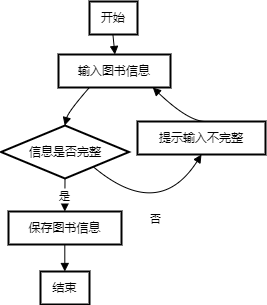
Above: 软工_流程图-编目管理.drawio.png in sjgcsf/software_engineering (draw.io), before the change. Source tidied: cells renumbered, new cells last; positions are measured from the earlier drawing's top-left corner, leaving out a move shared by most shapes. The source it was exported from:
```xml
<mxGraphModel>
  <root>
    <mxCell id="0" />
    <mxCell id="1" parent="0" />
    <mxCell id="2" value="开始" style="whiteSpace=wrap;strokeWidth=2;" parent="1" vertex="1">
      <mxGeometry x="89" width="48" height="33" as="geometry" />
    </mxCell>
    <mxCell id="3" value="输入图书信息" style="whiteSpace=wrap;strokeWidth=2;" parent="1" vertex="1">
      <mxGeometry x="58" y="53" width="112" height="33" as="geometry" />
    </mxCell>
    <mxCell id="4" value="信息是否完整" style="rhombus;strokeWidth=2;whiteSpace=wrap;" parent="1" vertex="1">
      <mxGeometry x="0.5" y="124" width="128" height="53" as="geometry" />
    </mxCell>
    <mxCell id="5" value="保存图书信息" style="whiteSpace=wrap;strokeWidth=2;" parent="1" vertex="1">
      <mxGeometry x="8" y="210" width="113" height="33" as="geometry" />
    </mxCell>
    <mxCell id="6" value="结束" style="whiteSpace=wrap;strokeWidth=2;" parent="1" vertex="1">
      <mxGeometry x="40" y="270" width="49" height="33" as="geometry" />
    </mxCell>
    <mxCell id="7" value="提示输入不完整" style="whiteSpace=wrap;strokeWidth=2;" parent="1" vertex="1">
      <mxGeometry x="137" y="120" width="128" height="33" as="geometry" />
    </mxCell>
    <mxCell id="8" style="curved=1;startArrow=none;endArrow=block;exitX=0.48749999205271405;exitY=1.0121212583599668;entryX=0.5035714251654488;entryY=0.012121258359966856;rounded=0;" parent="1" edge="1" source="2" target="3">
      <mxGeometry relative="1" as="geometry" />
    </mxCell>
    <mxCell id="9" style="curved=1;startArrow=none;endArrow=block;exitX=0.26507150325590406;exitY=1.0242425167199336;entryX=0.497945200907041;entryY=-0.0013698421112478597;rounded=0;" parent="1" edge="1" source="3" target="4">
      <mxGeometry relative="1" as="geometry">
        <Array as="points">
          <mxPoint x="68" y="110" />
        </Array>
      </mxGeometry>
    </mxCell>
    <mxCell id="10" value="是" style="curved=1;startArrow=none;endArrow=block;entryX=0.49823008174389866;entryY=0.0060606869784268465;rounded=0;exitX=0.5;exitY=1;exitDx=0;exitDy=0;" parent="1" edge="1" source="4" target="5">
      <mxGeometry relative="1" as="geometry" />
    </mxCell>
    <mxCell id="11" style="curved=1;startArrow=none;endArrow=block;exitX=0.49823008174389866;exitY=1.0181819453383938;entryX=0.49591835177674587;entryY=-0.0121210849646366;rounded=0;" parent="1" edge="1" source="5" target="6">
      <mxGeometry relative="1" as="geometry" />
    </mxCell>
    <mxCell id="12" value="否" style="curved=1;startArrow=none;endArrow=block;exitX=0.894866845183549;exitY=0.9986301578887521;entryX=0.5;entryY=1;rounded=0;entryDx=0;entryDy=0;" parent="1" edge="1" source="4" target="7">
      <mxGeometry relative="1" as="geometry">
        <Array as="points">
          <mxPoint x="158" y="220" />
        </Array>
      </mxGeometry>
    </mxCell>
    <mxCell id="13" style="curved=1;startArrow=none;endArrow=block;exitX=0.5319790655778538;exitY=0.0060606869784268465;entryX=0.8579243824493348;entryY=1.0242425167199336;rounded=0;" parent="1" edge="1" source="7" target="3">
      <mxGeometry relative="1" as="geometry">
        <Array as="points">
          <mxPoint x="188" y="120" />
        </Array>
      </mxGeometry>
    </mxCell>
  </root>
</mxGraphModel>
```
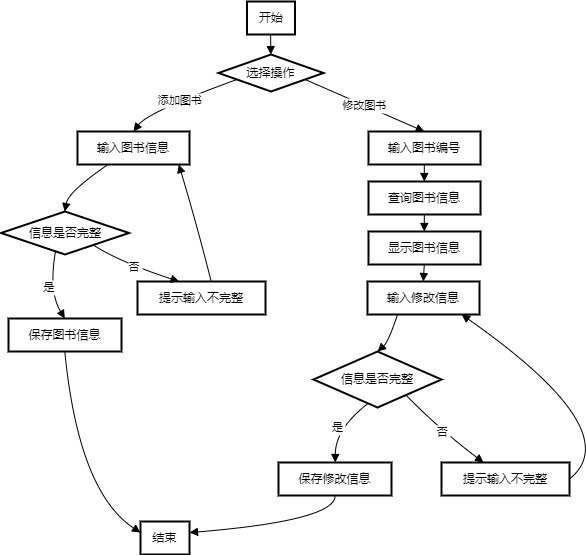
After the commit.

Commit message:
已添加 软工_-编目管理.drawio.png

Change to the diagram source:
```diff
@@ -3,52 +3,139 @@
     <mxCell id="0" />
     <mxCell id="1" parent="0" />
     <mxCell id="2" value="开始" style="whiteSpace=wrap;strokeWidth=2;" parent="1" vertex="1">
-      <mxGeometry x="89" width="48" height="33" as="geometry" />
+      <mxGeometry x="246.5" y="350" width="48" height="33" as="geometry" />
     </mxCell>
+    <mxCell id="14" value="选择操作" style="rhombus;strokeWidth=2;whiteSpace=wrap;" parent="1" vertex="1">
+      <mxGeometry x="218" y="403" width="105" height="37" as="geometry" />
+    </mxCell>
     <mxCell id="3" value="输入图书信息" style="whiteSpace=wrap;strokeWidth=2;" parent="1" vertex="1">
-      <mxGeometry x="58" y="53" width="112" height="33" as="geometry" />
+      <mxGeometry x="77" y="480" width="112" height="33" as="geometry" />
     </mxCell>
-    <mxCell id="4" value="信息是否完整" style="rhombus;strokeWidth=2;whiteSpace=wrap;" parent="1" vertex="1">
-      <mxGeometry x="0.5" y="124" width="128" height="53" as="geometry" />
-    </mxCell>
+    <mxCell id="15" value="信息是否完整" style="rhombus;strokeWidth=2;whiteSpace=wrap;" parent="1" vertex="1">
+      <mxGeometry x="0.5" y="560" width="128" height="43" as="geometry" />
+    </mxCell>
     <mxCell id="5" value="保存图书信息" style="whiteSpace=wrap;strokeWidth=2;" parent="1" vertex="1">
-      <mxGeometry x="8" y="210" width="113" height="33" as="geometry" />
+      <mxGeometry x="8" y="667" width="113" height="33" as="geometry" />
     </mxCell>
     <mxCell id="6" value="结束" style="whiteSpace=wrap;strokeWidth=2;" parent="1" vertex="1">
-      <mxGeometry x="40" y="270" width="49" height="33" as="geometry" />
+      <mxGeometry x="140" y="870" width="49" height="33" as="geometry" />
     </mxCell>
-    <mxCell id="7" value="提示输入不完整" style="whiteSpace=wrap;strokeWidth=2;" parent="1" vertex="1">
-      <mxGeometry x="137" y="120" width="128" height="33" as="geometry" />
-    </mxCell>
-    <mxCell id="8" style="curved=1;startArrow=none;endArrow=block;exitX=0.48749999205271405;exitY=1.0121212583599668;entryX=0.5035714251654488;entryY=0.012121258359966856;rounded=0;" parent="1" edge="1" source="2" target="3">
-      <mxGeometry relative="1" as="geometry" />
-    </mxCell>
-    <mxCell id="9" style="curved=1;startArrow=none;endArrow=block;exitX=0.26507150325590406;exitY=1.0242425167199336;entryX=0.497945200907041;entryY=-0.0013698421112478597;rounded=0;" parent="1" edge="1" source="3" target="4">
-      <mxGeometry relative="1" as="geometry">
-        <Array as="points">
-          <mxPoint x="68" y="110" />
-        </Array>
-      </mxGeometry>
-    </mxCell>
-    <mxCell id="10" value="是" style="curved=1;startArrow=none;endArrow=block;entryX=0.49823008174389866;entryY=0.0060606869784268465;rounded=0;exitX=0.5;exitY=1;exitDx=0;exitDy=0;" parent="1" edge="1" source="4" target="5">
-      <mxGeometry relative="1" as="geometry" />
-    </mxCell>
+    <mxCell id="16" value="提示输入不完整" style="whiteSpace=wrap;strokeWidth=2;" parent="1" vertex="1">
+      <mxGeometry x="137" y="630" width="128" height="33" as="geometry" />
+    </mxCell>
+    <mxCell id="17" value="输入图书编号" style="whiteSpace=wrap;strokeWidth=2;" parent="1" vertex="1">
+      <mxGeometry x="368" y="480" width="112" height="33" as="geometry" />
+    </mxCell>
+    <mxCell id="18" value="查询图书信息" style="whiteSpace=wrap;strokeWidth=2;" parent="1" vertex="1">
+      <mxGeometry x="368" y="530" width="112" height="33" as="geometry" />
+    </mxCell>
+    <mxCell id="19" value="显示图书信息" style="whiteSpace=wrap;strokeWidth=2;" parent="1" vertex="1">
+      <mxGeometry x="368" y="580" width="112" height="33" as="geometry" />
+    </mxCell>
+    <mxCell id="20" value="输入修改信息" style="whiteSpace=wrap;strokeWidth=2;" parent="1" vertex="1">
+      <mxGeometry x="367" y="630" width="112" height="33" as="geometry" />
+    </mxCell>
+    <mxCell id="21" value="信息是否完整" style="rhombus;strokeWidth=2;whiteSpace=wrap;" parent="1" vertex="1">
+      <mxGeometry x="313" y="700" width="128" height="56" as="geometry" />
+    </mxCell>
+    <mxCell id="22" value="保存修改信息" style="whiteSpace=wrap;strokeWidth=2;" parent="1" vertex="1">
+      <mxGeometry x="278" y="811" width="113" height="33" as="geometry" />
+    </mxCell>
+    <mxCell id="23" value="提示输入不完整" style="whiteSpace=wrap;strokeWidth=2;" parent="1" vertex="1">
+      <mxGeometry x="441" y="811" width="128" height="33" as="geometry" />
+    </mxCell>
+    <mxCell id="24" style="curved=1;startArrow=none;endArrow=block;exitX=0.49166667461395264;exitY=1.0121212583599668;rounded=0;" parent="1" edge="1" source="2" target="14">
+      <mxGeometry relative="1" as="geometry" />
+    </mxCell>
+    <mxCell id="25" value="添加图书" style="curved=1;startArrow=none;endArrow=block;exitX=-1.6879191440818584e-8;exitY=0.7716419492320511;rounded=0;entryX=0.5;entryY=0;entryDx=0;entryDy=0;" parent="1" edge="1" source="14" target="3">
+      <mxGeometry relative="1" as="geometry">
+        <Array as="points">
+          <mxPoint x="148" y="460" />
+        </Array>
+      </mxGeometry>
+    </mxCell>
+    <mxCell id="26" style="curved=1;startArrow=none;endArrow=block;exitX=0.26507150325590406;exitY=1.0181821765321675;entryX=0.497945200907041;entryY=-0.0027396450304005243;rounded=0;" parent="1" edge="1" source="3" target="15">
+      <mxGeometry relative="1" as="geometry">
+        <Array as="points">
+          <mxPoint x="68" y="540" />
+        </Array>
+      </mxGeometry>
+    </mxCell>
+    <mxCell id="27" value="是" style="curved=1;startArrow=none;endArrow=block;entryX=0.49823008174389866;entryY=3.4679066051136365e-7;rounded=0;" parent="1" edge="1" target="5">
+      <mxGeometry relative="1" as="geometry">
+        <mxPoint x="55" y="600" as="sourcePoint" />
+        <Array as="points">
+          <mxPoint x="48" y="640" />
+        </Array>
+      </mxGeometry>
+    </mxCell>
-    <mxCell id="11" style="curved=1;startArrow=none;endArrow=block;exitX=0.49823008174389866;exitY=1.0181819453383938;entryX=0.49591835177674587;entryY=-0.0121210849646366;rounded=0;" parent="1" edge="1" source="5" target="6">
-      <mxGeometry relative="1" as="geometry" />
+    <mxCell id="11" style="curved=1;startArrow=none;endArrow=block;exitX=0.49823008174389866;exitY=1.0121216051506274;entryX=0.004081609297771843;entryY=0.337768805971991;rounded=0;" parent="1" edge="1" source="5" target="6">
+      <mxGeometry relative="1" as="geometry">
+        <Array as="points">
+          <mxPoint x="78" y="840" />
+        </Array>
+      </mxGeometry>
     </mxCell>
-    <mxCell id="12" value="否" style="curved=1;startArrow=none;endArrow=block;exitX=0.894866845183549;exitY=0.9986301578887521;entryX=0.5;entryY=1;rounded=0;entryDx=0;entryDy=0;" parent="1" edge="1" source="4" target="7">
-      <mxGeometry relative="1" as="geometry">
-        <Array as="points">
-          <mxPoint x="158" y="220" />
-        </Array>
-      </mxGeometry>
-    </mxCell>
-    <mxCell id="13" style="curved=1;startArrow=none;endArrow=block;exitX=0.5319790655778538;exitY=0.0060606869784268465;entryX=0.8579243824493348;entryY=1.0242425167199336;rounded=0;" parent="1" edge="1" source="7" target="3">
-      <mxGeometry relative="1" as="geometry">
-        <Array as="points">
-          <mxPoint x="188" y="120" />
-        </Array>
-      </mxGeometry>
-    </mxCell>
+    <mxCell id="28" value="否" style="curved=1;startArrow=none;endArrow=block;exitX=0.894866845183549;exitY=0.9972603549695995;entryX=0.32512585290644846;entryY=3.4679066051136365e-7;rounded=0;" parent="1" edge="1" source="15" target="16">
+      <mxGeometry relative="1" as="geometry">
+        <Array as="points">
+          <mxPoint x="118" y="610" />
+        </Array>
+      </mxGeometry>
+    </mxCell>
+    <mxCell id="29" style="curved=1;startArrow=none;endArrow=block;exitX=0.5758104162971727;exitY=3.4679066051136365e-7;entryX=0.919069041192065;entryY=1.0181821765321675;rounded=0;" parent="1" edge="1" source="16" target="3">
+      <mxGeometry relative="1" as="geometry">
+        <Array as="points">
+          <mxPoint x="196" y="572" />
+        </Array>
+      </mxGeometry>
+    </mxCell>
+    <mxCell id="30" value="修改图书" style="curved=1;startArrow=none;endArrow=block;exitX=1.0017699351352929;exitY=0.7716419492320511;entryX=0.4982142959322248;entryY=1.7339533025568182e-7;rounded=0;" parent="1" edge="1" source="14" target="17">
+      <mxGeometry relative="1" as="geometry" />
+    </mxCell>
+    <mxCell id="31" style="curved=1;startArrow=none;endArrow=block;exitX=0.4982142959322248;exitY=1.0121214317552971;entryX=0.4982142959322248;entryY=0.012121431755297112;rounded=0;" parent="1" edge="1" source="17" target="18">
+      <mxGeometry relative="1" as="geometry" />
+    </mxCell>
+    <mxCell id="32" style="curved=1;startArrow=none;endArrow=block;exitX=0.4982142959322248;exitY=1.024242690115264;entryX=0.4982142959322248;entryY=-0.0060603401877663355;rounded=0;" parent="1" edge="1" source="18" target="19">
+      <mxGeometry relative="1" as="geometry" />
+    </mxCell>
+    <mxCell id="33" style="curved=1;startArrow=none;endArrow=block;exitX=0.4982142959322248;exitY=1.0060609181722004;entryX=0.4982142959322248;entryY=0.0060609181722005205;rounded=0;" parent="1" edge="1" source="19" target="20">
+      <mxGeometry relative="1" as="geometry" />
+    </mxCell>
+    <mxCell id="34" style="curved=1;startArrow=none;endArrow=block;exitX=0.2597143740226799;exitY=1.0181821765321675;entryX=0.5006849373856636;entryY=-0.0027396450304005243;rounded=0;" parent="1" edge="1" source="20" target="21">
+      <mxGeometry relative="1" as="geometry">
+        <Array as="points">
+          <mxPoint x="388" y="690" />
+        </Array>
+      </mxGeometry>
+    </mxCell>
+    <mxCell id="35" value="是" style="curved=1;startArrow=none;endArrow=block;exitX=0.4148640412657686;exitY=0.9972603549695995;entryX=0.5017699182561014;entryY=3.4679066051136365e-7;rounded=0;" parent="1" edge="1" source="21" target="22">
+      <mxGeometry relative="1" as="geometry">
+        <Array as="points">
+          <mxPoint x="335" y="777" />
+        </Array>
+      </mxGeometry>
+    </mxCell>
+    <mxCell id="36" style="curved=1;startArrow=none;endArrow=block;exitX=0.5017699182561014;exitY=1.0121216051506274;entryX=0.9959183907022282;entryY=0.337768805971991;rounded=0;" parent="1" edge="1" source="22" target="6">
+      <mxGeometry relative="1" as="geometry">
+        <Array as="points">
+          <mxPoint x="335" y="869" />
+        </Array>
+      </mxGeometry>
+    </mxCell>
+    <mxCell id="37" value="否" style="curved=1;startArrow=none;endArrow=block;exitX=0.8976065816621716;exitY=0.9972603549695995;entryX=0.3282508648273774;entryY=3.4679066051136365e-7;rounded=0;" parent="1" edge="1" source="21" target="23">
+      <mxGeometry relative="1" as="geometry">
+        <Array as="points">
+          <mxPoint x="438" y="777" />
+        </Array>
+      </mxGeometry>
+    </mxCell>
+    <mxCell id="38" style="curved=1;startArrow=none;endArrow=block;exitX=1;exitY=0.5;entryX=0.8525672532161112;entryY=1.0181821765321675;rounded=0;exitDx=0;exitDy=0;" parent="1" edge="1" source="23" target="20">
+      <mxGeometry relative="1" as="geometry">
+        <Array as="points">
+          <mxPoint x="628" y="780" />
+        </Array>
+      </mxGeometry>
+    </mxCell>
   </root>
 </mxGraphModel>
```
